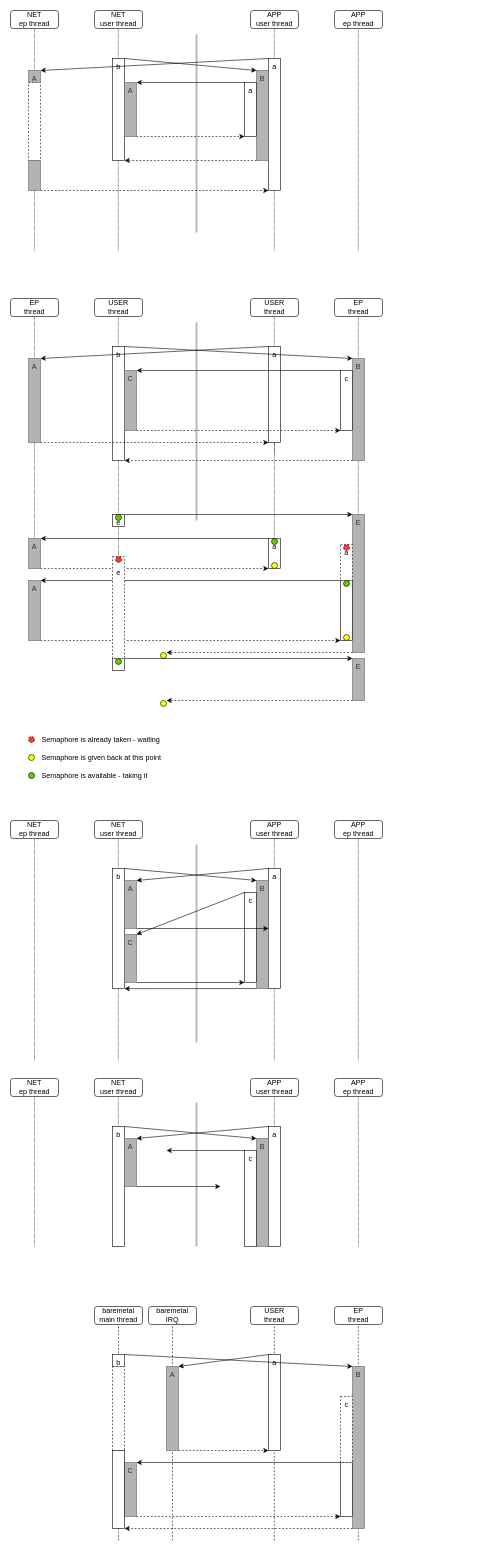
doki-nordic/draw.io keeps this draw.io diagram as Deadlock problem solving.drawio. Above is the earlier version. Source tidied: cells renumbered, new cells numbered last; positions are measured from the earlier drawing's top-left corner, leaving out a move shared by most shapes. Both pictures are drawn from the tidied source at 60%, with x=0, y=0 at pixel (10, 10).
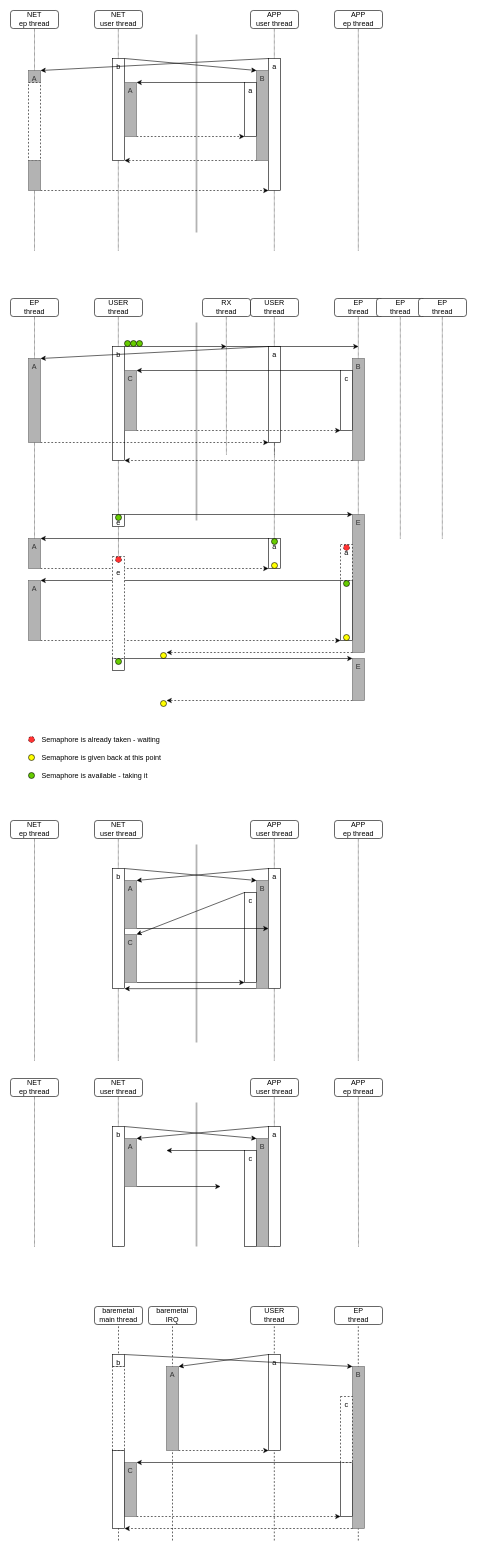
The same diagram, later.

Unchanged cells that the change refers to:
```xml
<mxCell id="33" value="b" style="rounded=0;whiteSpace=wrap;html=1;verticalAlign=top;" parent="1" vertex="1">
  <mxGeometry x="170" y="560" width="20" height="190" as="geometry" />
</mxCell>
<mxCell id="38" value="B" style="rounded=0;whiteSpace=wrap;html=1;fillColor=#B3B3B3;strokeColor=#666666;fontColor=#333333;verticalAlign=top;" parent="1" vertex="1">
  <mxGeometry x="570" y="580" width="20" height="170" as="geometry" />
</mxCell>
```

The edit, as a diff of the source:
```diff
@@
-    <mxCell id="49" style="edgeStyle=none;rounded=0;jettySize=auto;html=1;exitX=1;exitY=0;exitDx=0;exitDy=0;entryX=0;entryY=0;entryDx=0;entryDy=0;" parent="1" edge="1" source="33" target="38">
-      <mxGeometry relative="1" as="geometry" />
+    <mxCell id="49" style="edgeStyle=none;rounded=0;jettySize=auto;html=1;exitX=1;exitY=0;exitDx=0;exitDy=0;" parent="1" edge="1" source="33">
+      <mxGeometry relative="1" as="geometry">
+        <mxPoint x="360" y="560" as="targetPoint" />
+      </mxGeometry>
     </mxCell>
@@
+    <mxCell id="143" style="endArrow=none;html=1;strokeColor=#000000;fontColor=#000000;entryX=0.5;entryY=1;entryDx=0;entryDy=0;dashed=1;dashPattern=1 1;" parent="1" edge="1">
+      <mxGeometry relative="1" as="geometry">
+        <mxPoint x="649.7" y="880" as="sourcePoint" />
+        <mxPoint x="649.7" y="510" as="targetPoint" />
+      </mxGeometry>
+    </mxCell>
+    <mxCell id="144" value="EP&lt;br&gt;thread" style="rounded=1;whiteSpace=wrap;html=1;fillColor=#ffffff;fontColor=#000000;" parent="1" vertex="1">
+      <mxGeometry x="610" y="480" width="80" height="30" as="geometry" />
+    </mxCell>
+    <mxCell id="145" style="endArrow=none;html=1;strokeColor=#000000;fontColor=#000000;entryX=0.5;entryY=1;entryDx=0;entryDy=0;dashed=1;dashPattern=1 1;" parent="1" edge="1">
+      <mxGeometry relative="1" as="geometry">
+        <mxPoint x="719.7" y="880" as="sourcePoint" />
+        <mxPoint x="719.7" y="510" as="targetPoint" />
+      </mxGeometry>
+    </mxCell>
+    <mxCell id="146" value="EP&lt;br&gt;thread" style="rounded=1;whiteSpace=wrap;html=1;fillColor=#ffffff;fontColor=#000000;" parent="1" vertex="1">
+      <mxGeometry x="680" y="480" width="80" height="30" as="geometry" />
+    </mxCell>
+    <mxCell id="147" style="ellipse;whiteSpace=wrap;html=1;fillColor=#66CC00;" parent="1" vertex="1">
+      <mxGeometry x="190" y="550" width="10" height="10" as="geometry" />
+    </mxCell>
+    <mxCell id="148" style="ellipse;whiteSpace=wrap;html=1;fillColor=#66CC00;" parent="1" vertex="1">
+      <mxGeometry x="200" y="550" width="10" height="10" as="geometry" />
+    </mxCell>
+    <mxCell id="149" style="ellipse;whiteSpace=wrap;html=1;fillColor=#66CC00;" parent="1" vertex="1">
+      <mxGeometry x="210" y="550" width="10" height="10" as="geometry" />
+    </mxCell>
+    <mxCell id="150" style="endArrow=none;html=1;strokeColor=#000000;fontColor=#000000;entryX=0.5;entryY=1;entryDx=0;entryDy=0;dashed=1;dashPattern=1 1;" parent="1" edge="1">
+      <mxGeometry relative="1" as="geometry">
+        <mxPoint x="359.9" y="740" as="sourcePoint" />
+        <mxPoint x="359.7" y="510" as="targetPoint" />
+      </mxGeometry>
+    </mxCell>
+    <mxCell id="151" value="RX&lt;br&gt;thread" style="rounded=1;whiteSpace=wrap;html=1;fillColor=#ffffff;fontColor=#000000;" parent="1" vertex="1">
+      <mxGeometry x="320" y="480" width="80" height="30" as="geometry" />
+    </mxCell>
+    <mxCell id="152" style="edgeStyle=none;rounded=0;orthogonalLoop=1;jettySize=auto;html=1;exitX=1;exitY=0;exitDx=0;exitDy=0;" parent="1" edge="1">
+      <mxGeometry relative="1" as="geometry">
+        <mxPoint x="360" y="560" as="sourcePoint" />
+        <mxPoint x="580" y="560" as="targetPoint" />
+      </mxGeometry>
+    </mxCell>
```
